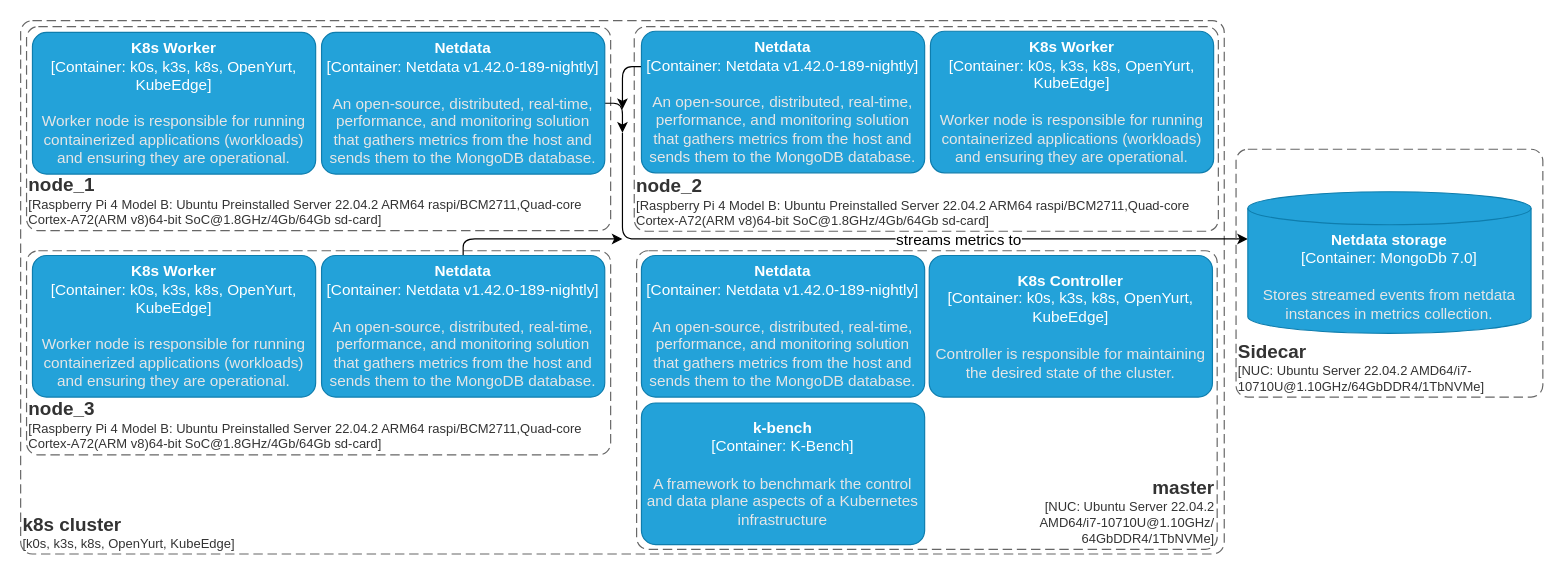
Above: src/diagrams/deployment_diagram-v2.drawio in DiyazY/iot-edge (draw.io), before the change. Source tidied: cells renumbered, new cells numbered last; positions are measured from the earlier drawing's top-left corner, leaving out a move shared by most shapes. Both pictures are drawn from the tidied source at 118%, with x=0, y=0 at pixel (20, 20).
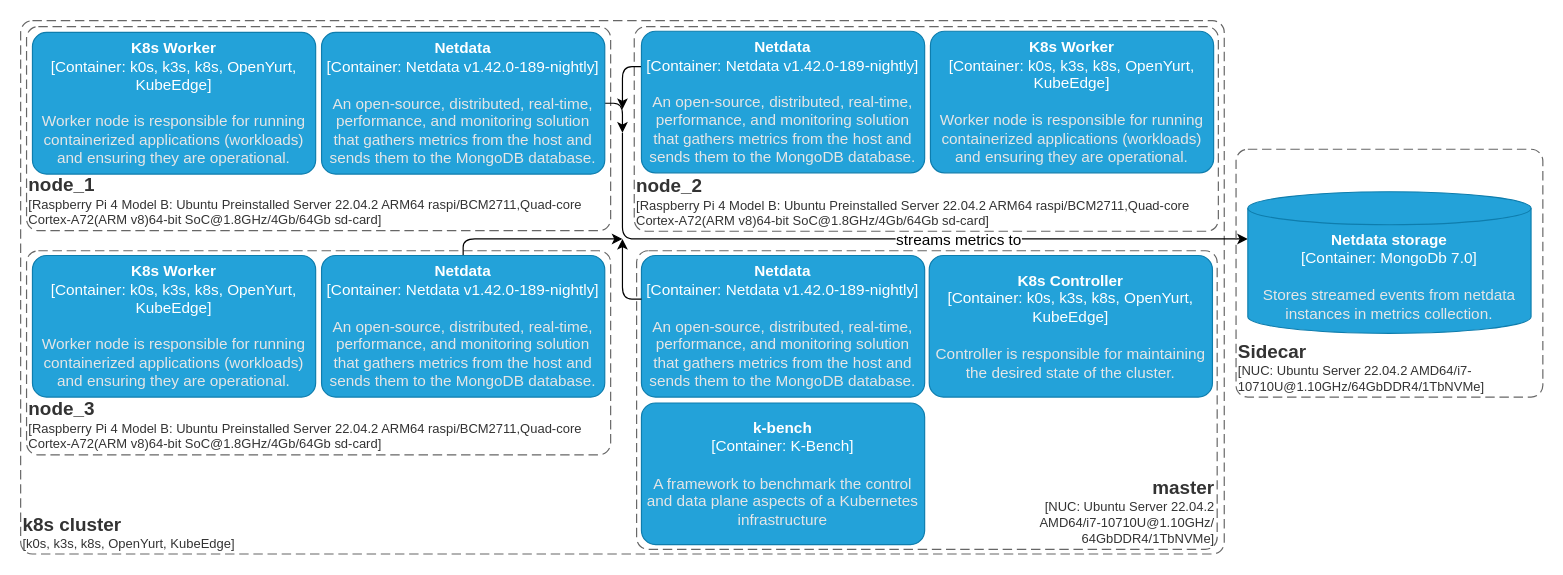
Above is the later version.

What changed in the source:
```diff
@@
+    <mxCell id="23" style="edgeStyle=orthogonalEdgeStyle;html=1;exitX=0;exitY=0.25;exitDx=0;exitDy=0;exitPerimeter=0;" parent="1" edge="1">
+      <mxGeometry relative="1" as="geometry">
+        <mxPoint x="526.1" y="236" as="sourcePoint" />
+        <mxPoint x="510" y="185" as="targetPoint" />
+        <Array as="points">
+          <mxPoint x="510.1" y="236" />
+        </Array>
+      </mxGeometry>
+    </mxCell>
```
